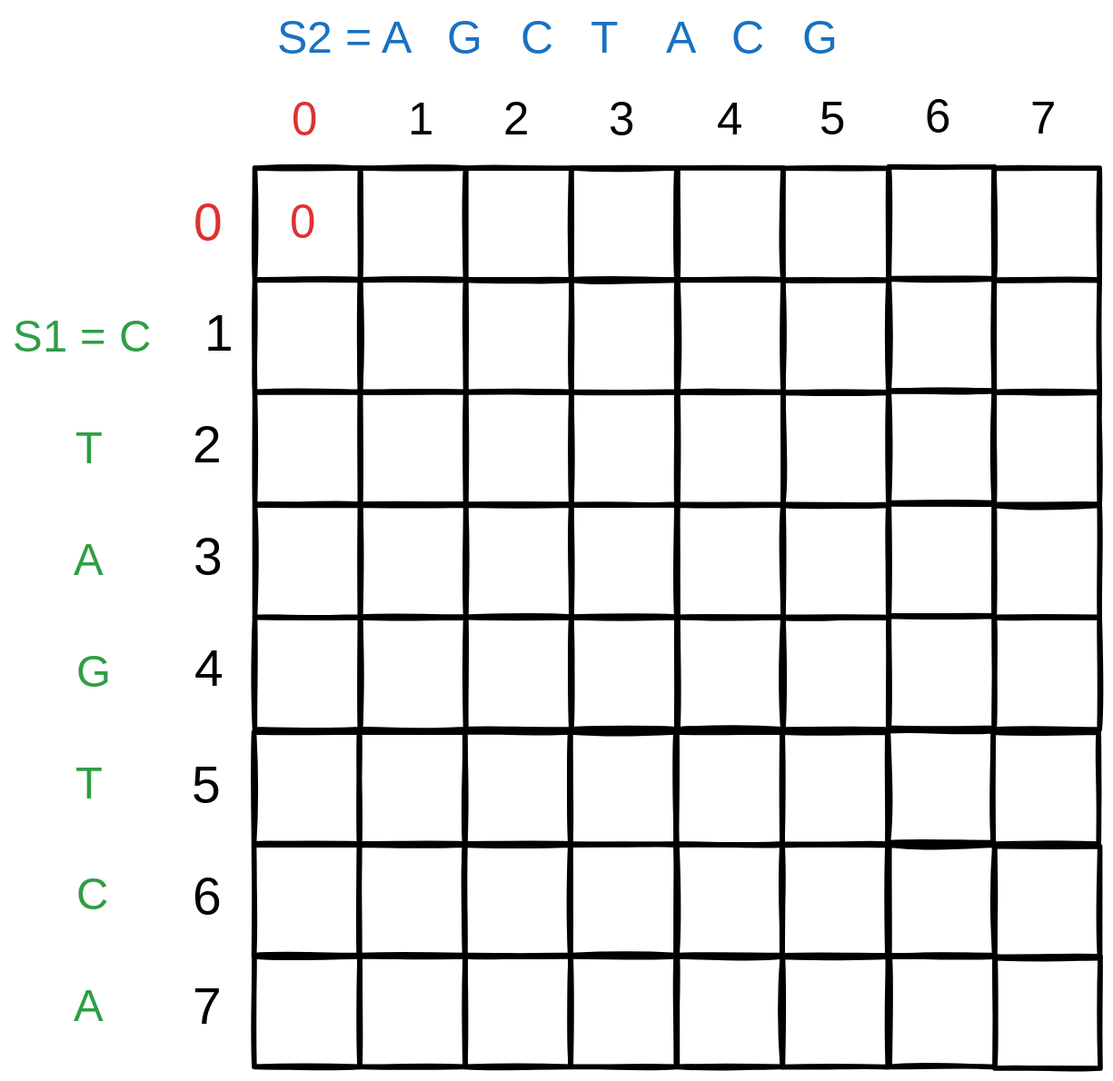
This is cosc445/slides/images/lcs.excalidraw.svg from sayangoswami/Teaching, a Excalidraw export, as it was before one commit. Source tidied: one line per element, renumbered; positions are measured from the earlier drawing's top-left corner, leaving out a move shared by most shapes.
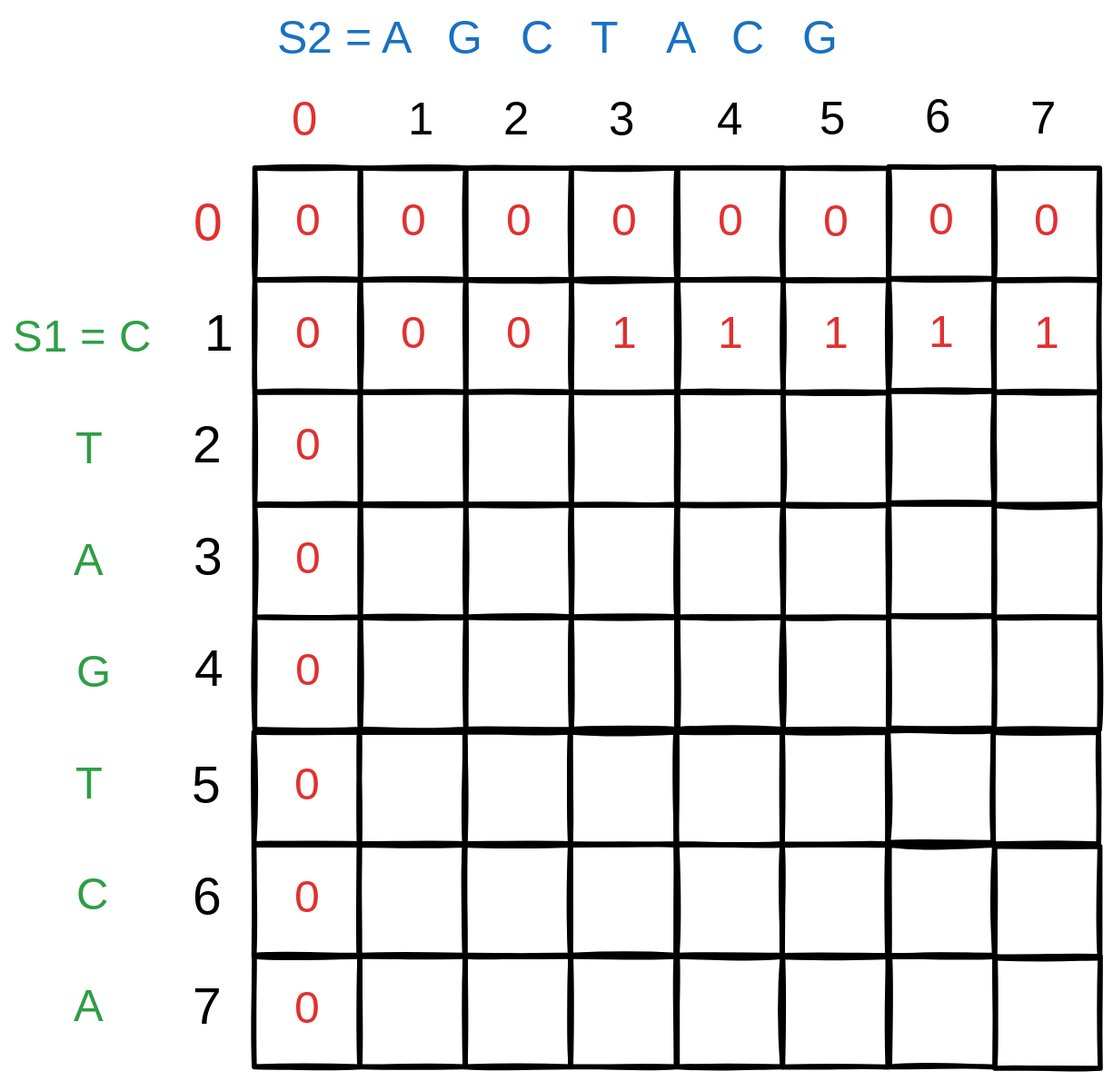
The same file after the commit.

The edit, as a diff of the source:
```diff
@@ -1,25 +1,38 @@
 {"id": 0, "type": "text", "text": "S2 = A   G   C   T    A   C   G", "strokeColor": "#1971c2", "strokeWidth": 2, "roughness": 1, "fontSize": 36, "fontFamily": 8, "x": 208, "y": 0, "width": 614, "height": 45}
 {"id": 1, "type": "rectangle", "strokeColor": "#000000", "strokeWidth": 4, "roughness": 1, "x": 190, "y": 122, "width": 83, "height": 88}
+{"id": 83, "type": "text", "text": "0", "strokeColor": "#e03131", "strokeWidth": 2, "roughness": 1, "fontSize": 36, "fontFamily": 5, "textAlign": "center", "verticalAlign": "middle", "inside": 1, "x": 220, "y": 143, "width": 24, "height": 45}
 {"id": 2, "type": "rectangle", "strokeColor": "#000000", "strokeWidth": 4, "roughness": 1, "x": 273, "y": 122, "width": 83, "height": 88}
+{"id": 84, "type": "text", "text": "0", "strokeColor": "#e03131", "strokeWidth": 2, "roughness": 1, "fontSize": 36, "fontFamily": 5, "textAlign": "center", "verticalAlign": "middle", "inside": 2, "x": 303, "y": 143, "width": 24, "height": 45}
 {"id": 3, "type": "rectangle", "strokeColor": "#000000", "strokeWidth": 4, "roughness": 1, "x": 356, "y": 122, "width": 83, "height": 88}
+{"id": 85, "type": "text", "text": "0", "strokeColor": "#e03131", "strokeWidth": 2, "roughness": 1, "fontSize": 36, "fontFamily": 5, "textAlign": "center", "verticalAlign": "middle", "inside": 3, "x": 386, "y": 143, "width": 24, "height": 45}
 {"id": 4, "type": "rectangle", "strokeColor": "#000000", "strokeWidth": 4, "roughness": 1, "x": 439, "y": 122, "width": 83, "height": 88}
+{"id": 86, "type": "text", "text": "0", "strokeColor": "#e03131", "strokeWidth": 2, "roughness": 1, "fontSize": 36, "fontFamily": 5, "textAlign": "center", "verticalAlign": "middle", "inside": 4, "x": 469, "y": 143, "width": 24, "height": 45}
 {"id": 5, "type": "rectangle", "strokeColor": "#000000", "strokeWidth": 4, "roughness": 1, "x": 523, "y": 122, "width": 83, "height": 88}
+{"id": 87, "type": "text", "text": "0", "strokeColor": "#e03131", "strokeWidth": 2, "roughness": 1, "fontSize": 36, "fontFamily": 5, "textAlign": "center", "verticalAlign": "middle", "inside": 5, "x": 552, "y": 143, "width": 24, "height": 45}
 {"id": 6, "type": "rectangle", "strokeColor": "#000000", "strokeWidth": 4, "roughness": 1, "x": 190, "y": 210, "width": 83, "height": 88}
+{"id": 88, "type": "text", "text": "0", "strokeColor": "#e03131", "strokeWidth": 2, "roughness": 1, "fontSize": 36, "fontFamily": 5, "textAlign": "center", "verticalAlign": "middle", "inside": 6, "x": 220, "y": 232, "width": 24, "height": 45}
 {"id": 7, "type": "rectangle", "strokeColor": "#000000", "strokeWidth": 4, "roughness": 1, "x": 273, "y": 210, "width": 83, "height": 88}
+{"id": 89, "type": "text", "text": "0", "strokeColor": "#e03131", "strokeWidth": 2, "roughness": 1, "fontSize": 36, "fontFamily": 5, "textAlign": "center", "verticalAlign": "middle", "inside": 7, "x": 303, "y": 232, "width": 24, "height": 45}
 {"id": 8, "type": "rectangle", "strokeColor": "#000000", "strokeWidth": 4, "roughness": 1, "x": 356, "y": 210, "width": 83, "height": 88}
+{"id": 90, "type": "text", "text": "0", "strokeColor": "#e03131", "strokeWidth": 2, "roughness": 1, "fontSize": 36, "fontFamily": 5, "textAlign": "center", "verticalAlign": "middle", "inside": 8, "x": 386, "y": 232, "width": 24, "height": 45}
 {"id": 9, "type": "rectangle", "strokeColor": "#000000", "strokeWidth": 4, "roughness": 1, "x": 439, "y": 210, "width": 83, "height": 88}
+{"id": 91, "type": "text", "text": "1", "strokeColor": "#e03131", "strokeWidth": 2, "roughness": 1, "fontSize": 36, "fontFamily": 5, "textAlign": "center", "verticalAlign": "middle", "inside": 9, "x": 473, "y": 232, "width": 15, "height": 45}
 {"id": 10, "type": "rectangle", "strokeColor": "#000000", "strokeWidth": 4, "roughness": 1, "x": 523, "y": 210, "width": 83, "height": 88}
+{"id": 92, "type": "text", "text": "1", "strokeColor": "#e03131", "strokeWidth": 2, "roughness": 1, "fontSize": 36, "fontFamily": 5, "textAlign": "center", "verticalAlign": "middle", "inside": 10, "x": 557, "y": 232, "width": 15, "height": 45}
 {"id": 11, "type": "rectangle", "strokeColor": "#000000", "strokeWidth": 4, "roughness": 1, "x": 190, "y": 299, "width": 83, "height": 88}
+{"id": 93, "type": "text", "text": "0", "strokeColor": "#e03131", "strokeWidth": 2, "roughness": 1, "fontSize": 36, "fontFamily": 5, "textAlign": "center", "verticalAlign": "middle", "inside": 11, "x": 220, "y": 320, "width": 24, "height": 45}
 {"id": 12, "type": "rectangle", "strokeColor": "#000000", "strokeWidth": 4, "roughness": 1, "x": 273, "y": 299, "width": 83, "height": 88}
 {"id": 13, "type": "rectangle", "strokeColor": "#000000", "strokeWidth": 4, "roughness": 1, "x": 356, "y": 299, "width": 83, "height": 88}
 {"id": 14, "type": "rectangle", "strokeColor": "#000000", "strokeWidth": 4, "roughness": 1, "x": 439, "y": 299, "width": 83, "height": 88}
 {"id": 15, "type": "rectangle", "strokeColor": "#000000", "strokeWidth": 4, "roughness": 1, "x": 523, "y": 299, "width": 83, "height": 88}
 {"id": 16, "type": "rectangle", "strokeColor": "#000000", "strokeWidth": 4, "roughness": 1, "x": 190, "y": 387, "width": 83, "height": 88}
+{"id": 94, "type": "text", "text": "0", "strokeColor": "#e03131", "strokeWidth": 2, "roughness": 1, "fontSize": 36, "fontFamily": 5, "textAlign": "center", "verticalAlign": "middle", "inside": 16, "x": 220, "y": 409, "width": 24, "height": 45}
 {"id": 17, "type": "rectangle", "strokeColor": "#000000", "strokeWidth": 4, "roughness": 1, "x": 273, "y": 387, "width": 83, "height": 88}
 {"id": 18, "type": "rectangle", "strokeColor": "#000000", "strokeWidth": 4, "roughness": 1, "x": 356, "y": 387, "width": 83, "height": 88}
 {"id": 19, "type": "rectangle", "strokeColor": "#000000", "strokeWidth": 4, "roughness": 1, "x": 439, "y": 387, "width": 83, "height": 88}
 {"id": 20, "type": "rectangle", "strokeColor": "#000000", "strokeWidth": 4, "roughness": 1, "x": 523, "y": 387, "width": 83, "height": 88}
 {"id": 21, "type": "rectangle", "strokeColor": "#000000", "strokeWidth": 4, "roughness": 1, "x": 190, "y": 476, "width": 83, "height": 88}
+{"id": 95, "type": "text", "text": "0", "strokeColor": "#e03131", "strokeWidth": 2, "roughness": 1, "fontSize": 36, "fontFamily": 5, "textAlign": "center", "verticalAlign": "middle", "inside": 21, "x": 220, "y": 497, "width": 24, "height": 45}
 {"id": 22, "type": "rectangle", "strokeColor": "#000000", "strokeWidth": 4, "roughness": 1, "x": 273, "y": 476, "width": 83, "height": 88}
 {"id": 23, "type": "rectangle", "strokeColor": "#000000", "strokeWidth": 4, "roughness": 1, "x": 356, "y": 476, "width": 83, "height": 88}
 {"id": 24, "type": "rectangle", "strokeColor": "#000000", "strokeWidth": 4, "roughness": 1, "x": 439, "y": 476, "width": 83, "height": 88}
@@ -35,23 +48,29 @@
 {"id": 34, "type": "text", "text": "3", "strokeColor": "#000000", "backgroundColor": "#ced4da", "fillStyle": "solid", "strokeWidth": 4, "roughness": 0, "fontSize": 40.58, "fontFamily": 1, "x": 142, "y": 405, "width": 28, "height": 51}
 {"id": 35, "type": "text", "text": "4", "strokeColor": "#000000", "backgroundColor": "#ced4da", "fillStyle": "solid", "strokeWidth": 4, "roughness": 0, "fontSize": 40.58, "fontFamily": 1, "x": 143, "y": 493, "width": 26, "height": 51}
 {"id": 36, "type": "rectangle", "strokeColor": "#000000", "strokeWidth": 4, "roughness": 1, "x": 606, "y": 122, "width": 83, "height": 88}
+{"id": 96, "type": "text", "text": "0", "strokeColor": "#e03131", "strokeWidth": 2, "roughness": 1, "fontSize": 36, "fontFamily": 5, "textAlign": "center", "verticalAlign": "middle", "inside": 36, "x": 635, "y": 144, "width": 24, "height": 45}
 {"id": 37, "type": "rectangle", "strokeColor": "#000000", "strokeWidth": 4, "roughness": 1, "x": 606, "y": 211, "width": 83, "height": 88}
+{"id": 97, "type": "text", "text": "1", "strokeColor": "#e03131", "strokeWidth": 2, "roughness": 1, "fontSize": 36, "fontFamily": 5, "textAlign": "center", "verticalAlign": "middle", "inside": 37, "x": 639, "y": 232, "width": 15, "height": 45}
 {"id": 38, "type": "rectangle", "strokeColor": "#000000", "strokeWidth": 4, "roughness": 1, "x": 606, "y": 299, "width": 83, "height": 88}
 {"id": 39, "type": "rectangle", "strokeColor": "#000000", "strokeWidth": 4, "roughness": 1, "x": 606, "y": 388, "width": 83, "height": 88}
 {"id": 40, "type": "rectangle", "strokeColor": "#000000", "strokeWidth": 4, "roughness": 1, "x": 606, "y": 476, "width": 83, "height": 88}
 {"id": 41, "type": "text", "text": "5", "strokeColor": "#000000", "strokeWidth": 4, "roughness": 2, "fontSize": 36.75, "fontFamily": 1, "x": 634, "y": 62, "width": 23, "height": 47}
 {"id": 42, "type": "rectangle", "strokeColor": "#000000", "strokeWidth": 4, "roughness": 1, "x": 689, "y": 121, "width": 83, "height": 88}
+{"id": 98, "type": "text", "text": "0", "strokeColor": "#e03131", "strokeWidth": 2, "roughness": 1, "fontSize": 36, "fontFamily": 5, "textAlign": "center", "verticalAlign": "middle", "inside": 42, "x": 718, "y": 143, "width": 24, "height": 45}
 {"id": 43, "type": "rectangle", "strokeColor": "#000000", "strokeWidth": 4, "roughness": 1, "x": 689, "y": 209, "width": 83, "height": 88}
+{"id": 99, "type": "text", "text": "1", "strokeColor": "#e03131", "strokeWidth": 2, "roughness": 1, "fontSize": 36, "fontFamily": 5, "textAlign": "center", "verticalAlign": "middle", "inside": 43, "x": 723, "y": 231, "width": 15, "height": 45}
 {"id": 44, "type": "rectangle", "strokeColor": "#000000", "strokeWidth": 4, "roughness": 1, "x": 689, "y": 298, "width": 83, "height": 88}
 {"id": 45, "type": "rectangle", "strokeColor": "#000000", "strokeWidth": 4, "roughness": 1, "x": 689, "y": 386, "width": 83, "height": 88}
 {"id": 46, "type": "rectangle", "strokeColor": "#000000", "strokeWidth": 4, "roughness": 1, "x": 689, "y": 475, "width": 83, "height": 88}
 {"id": 47, "type": "text", "text": "6", "strokeColor": "#000000", "strokeWidth": 4, "roughness": 2, "fontSize": 36.75, "fontFamily": 1, "x": 717, "y": 61, "width": 24, "height": 47}
 {"id": 48, "type": "rectangle", "strokeColor": "#000000", "strokeWidth": 4, "roughness": 1, "x": 190, "y": 566, "width": 83, "height": 88}
+{"id": 100, "type": "text", "text": "0", "strokeColor": "#e03131", "strokeWidth": 2, "roughness": 1, "fontSize": 36, "fontFamily": 5, "textAlign": "center", "verticalAlign": "middle", "inside": 48, "x": 219, "y": 587, "width": 24, "height": 45}
 {"id": 49, "type": "rectangle", "strokeColor": "#000000", "strokeWidth": 4, "roughness": 1, "x": 273, "y": 566, "width": 83, "height": 88}
 {"id": 50, "type": "rectangle", "strokeColor": "#000000", "strokeWidth": 4, "roughness": 1, "x": 356, "y": 566, "width": 83, "height": 88}
 {"id": 51, "type": "rectangle", "strokeColor": "#000000", "strokeWidth": 4, "roughness": 1, "x": 438, "y": 566, "width": 83, "height": 88}
 {"id": 52, "type": "rectangle", "strokeColor": "#000000", "strokeWidth": 4, "roughness": 1, "x": 522, "y": 566, "width": 83, "height": 88}
 {"id": 53, "type": "rectangle", "strokeColor": "#000000", "strokeWidth": 4, "roughness": 1, "x": 190, "y": 654, "width": 83, "height": 88}
+{"id": 101, "type": "text", "text": "0", "strokeColor": "#e03131", "strokeWidth": 2, "roughness": 1, "fontSize": 36, "fontFamily": 5, "textAlign": "center", "verticalAlign": "middle", "inside": 53, "x": 219, "y": 676, "width": 24, "height": 45}
 {"id": 54, "type": "rectangle", "strokeColor": "#000000", "strokeWidth": 4, "roughness": 1, "x": 273, "y": 654, "width": 83, "height": 88}
 {"id": 55, "type": "rectangle", "strokeColor": "#000000", "strokeWidth": 4, "roughness": 1, "x": 356, "y": 654, "width": 83, "height": 88}
 {"id": 56, "type": "rectangle", "strokeColor": "#000000", "strokeWidth": 4, "roughness": 1, "x": 438, "y": 654, "width": 83, "height": 88}
@@ -63,6 +82,7 @@
 {"id": 62, "type": "rectangle", "strokeColor": "#000000", "strokeWidth": 4, "roughness": 1, "x": 688, "y": 565, "width": 83, "height": 88}
 {"id": 63, "type": "rectangle", "strokeColor": "#000000", "strokeWidth": 4, "roughness": 1, "x": 689, "y": 654, "width": 83, "height": 88}
 {"id": 64, "type": "rectangle", "strokeColor": "#000000", "strokeWidth": 4, "roughness": 1, "x": 190, "y": 741, "width": 83, "height": 88}
+{"id": 102, "type": "text", "text": "0", "strokeColor": "#e03131", "strokeWidth": 2, "roughness": 1, "fontSize": 36, "fontFamily": 5, "textAlign": "center", "verticalAlign": "middle", "inside": 64, "x": 219, "y": 762, "width": 24, "height": 45}
 {"id": 65, "type": "rectangle", "strokeColor": "#000000", "strokeWidth": 4, "roughness": 1, "x": 273, "y": 741, "width": 83, "height": 88}
 {"id": 66, "type": "rectangle", "strokeColor": "#000000", "strokeWidth": 4, "roughness": 1, "x": 356, "y": 741, "width": 83, "height": 88}
 {"id": 67, "type": "rectangle", "strokeColor": "#000000", "strokeWidth": 4, "roughness": 1, "x": 439, "y": 741, "width": 83, "height": 88}
@@ -71,7 +91,9 @@
 {"id": 70, "type": "rectangle", "strokeColor": "#000000", "strokeWidth": 4, "roughness": 1, "x": 605, "y": 741, "width": 83, "height": 88}
 {"id": 71, "type": "rectangle", "strokeColor": "#000000", "strokeWidth": 4, "roughness": 1, "x": 689, "y": 741, "width": 83, "height": 88}
 {"id": 72, "type": "rectangle", "strokeColor": "#000000", "strokeWidth": 4, "roughness": 1, "x": 771, "y": 122, "width": 83, "height": 88}
+{"id": 103, "type": "text", "text": "0", "strokeColor": "#e03131", "strokeWidth": 2, "roughness": 1, "fontSize": 36, "fontFamily": 5, "textAlign": "center", "verticalAlign": "middle", "inside": 72, "x": 801, "y": 144, "width": 24, "height": 45}
 {"id": 73, "type": "rectangle", "strokeColor": "#000000", "strokeWidth": 4, "roughness": 1, "x": 771, "y": 211, "width": 83, "height": 88}
+{"id": 104, "type": "text", "text": "1", "strokeColor": "#e03131", "strokeWidth": 2, "roughness": 1, "fontSize": 36, "fontFamily": 5, "textAlign": "center", "verticalAlign": "middle", "inside": 73, "x": 805, "y": 232, "width": 15, "height": 45}
 {"id": 74, "type": "rectangle", "strokeColor": "#000000", "strokeWidth": 4, "roughness": 1, "x": 771, "y": 299, "width": 83, "height": 88}
 {"id": 75, "type": "rectangle", "strokeColor": "#000000", "strokeWidth": 4, "roughness": 1, "x": 771, "y": 387, "width": 83, "height": 88}
 {"id": 76, "type": "rectangle", "strokeColor": "#000000", "strokeWidth": 4, "roughness": 1, "x": 771, "y": 476, "width": 83, "height": 88}
@@ -80,4 +102,3 @@
 {"id": 79, "type": "rectangle", "strokeColor": "#000000", "strokeWidth": 4, "roughness": 1, "x": 772, "y": 656, "width": 83, "height": 88}
 {"id": 80, "type": "rectangle", "strokeColor": "#000000", "strokeWidth": 4, "roughness": 1, "x": 772, "y": 742, "width": 83, "height": 88}
 {"id": 81, "type": "text", "text": "S1 = C\n\n     T\n\n     A\n\n     G\n\n     T\n\n     C\n\n     A", "strokeColor": "#2f9e44", "strokeWidth": 2, "roughness": 1, "fontSize": 35.09, "fontFamily": 8, "x": 0, "y": 236, "width": 116, "height": 570}
-{"id": 82, "type": "text", "text": "0", "strokeColor": "#e03131", "strokeWidth": 4, "roughness": 2, "fontSize": 36.75, "fontFamily": 1, "x": 218, "y": 144, "width": 26, "height": 47}
```
